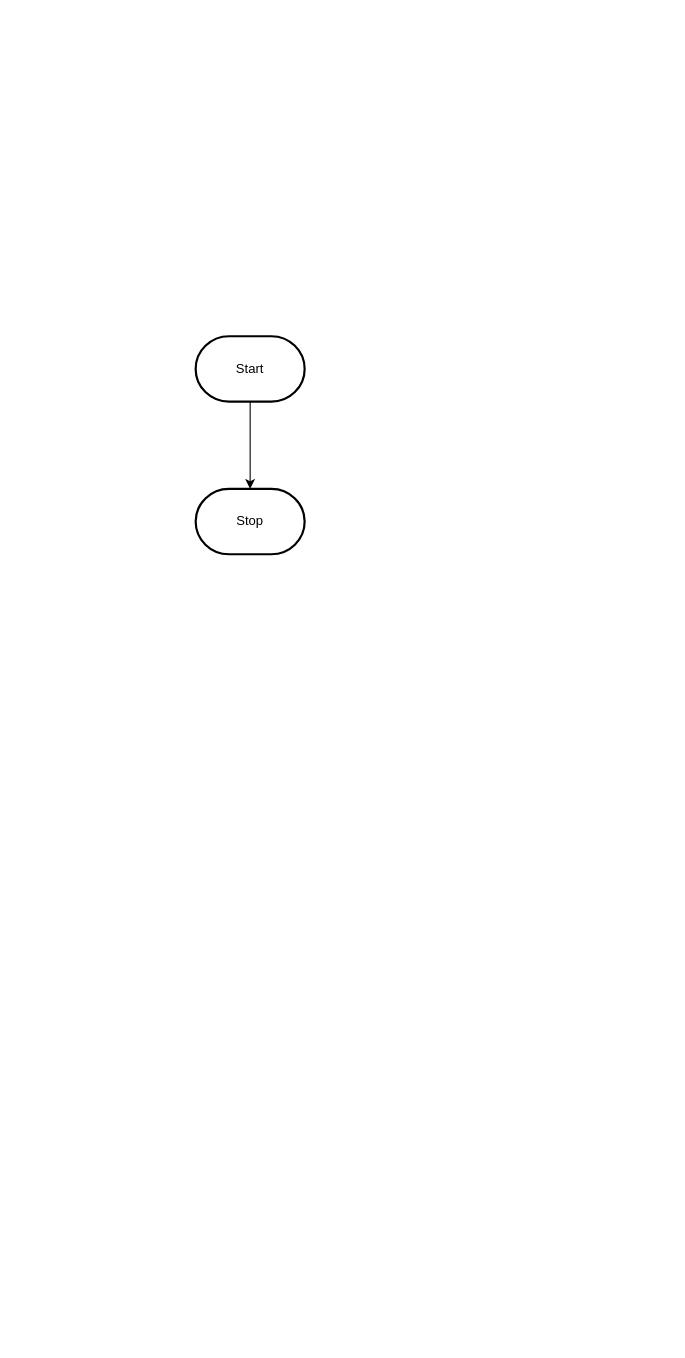
Above: design/flowchart.drawio in MTHS-ICD2O-1-2023/ICD2O-Unit-5-05-hai-tran-2 (draw.io), before the change. Source tidied: cells renumbered, new cells numbered last; positions are measured from the earlier drawing's top-left corner, leaving out a move shared by most shapes. Both pictures are drawn from the tidied source at 109%, with x=0, y=0 at pixel (195, 336).
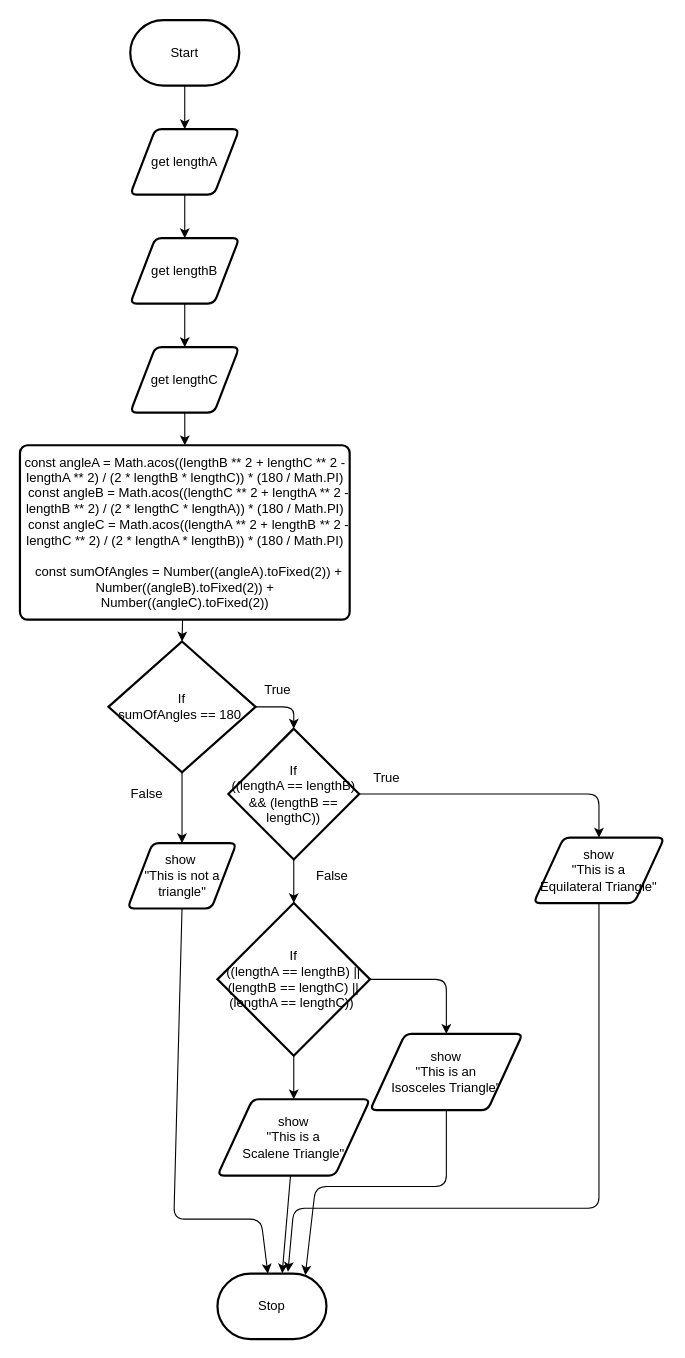
The same diagram, later.

Commit message (it also covers changes not shown here):
add flowchart and storyboard

Diff of the diagram source:
```diff
@@
-    <mxCell id="2" style="edgeStyle=orthogonalEdgeStyle;html=1;rounded=0;" parent="1" edge="1" source="3" target="4">
-      <mxGeometry relative="1" as="geometry" />
-    </mxCell>
+    <mxCell id="5" style="edgeStyle=none;html=1;entryX=0.5;entryY=0;entryDx=0;entryDy=0;fontSize=12;" parent="1" edge="1" source="3" target="2">
+      <mxGeometry relative="1" as="geometry" />
+    </mxCell>
-    <mxCell id="3" value="Start" style="strokeWidth=2;html=1;shape=mxgraph.flowchart.terminator;whiteSpace=wrap;" parent="1" vertex="1">
-      <mxGeometry width="100" height="60" as="geometry" />
+    <mxCell id="3" value="Start" style="strokeWidth=2;html=1;shape=mxgraph.flowchart.terminator;whiteSpace=wrap;fontSize=12;" parent="1" vertex="1">
+      <mxGeometry x="-60" y="-290" width="100" height="60" as="geometry" />
     </mxCell>
-    <mxCell id="4" value="Stop" style="strokeWidth=2;html=1;shape=mxgraph.flowchart.terminator;whiteSpace=wrap;" parent="1" vertex="1">
-      <mxGeometry y="140" width="100" height="60" as="geometry" />
+    <mxCell id="4" value="Stop" style="strokeWidth=2;html=1;shape=mxgraph.flowchart.terminator;whiteSpace=wrap;fontSize=12;" parent="1" vertex="1">
+      <mxGeometry x="20" y="860" width="100" height="60" as="geometry" />
     </mxCell>
+    <mxCell id="6" style="edgeStyle=none;html=1;fontSize=12;" parent="1" edge="1" source="2" target="8">
+      <mxGeometry relative="1" as="geometry" />
+    </mxCell>
+    <mxCell id="2" value="get lengthA" style="shape=parallelogram;html=1;strokeWidth=2;perimeter=parallelogramPerimeter;whiteSpace=wrap;rounded=1;arcSize=12;size=0.23;fontSize=12;" parent="1" vertex="1">
+      <mxGeometry x="-60" y="-190" width="100" height="60" as="geometry" />
+    </mxCell>
+    <mxCell id="7" style="edgeStyle=none;html=1;fontSize=12;" parent="1" edge="1" source="8" target="10">
+      <mxGeometry relative="1" as="geometry" />
+    </mxCell>
+    <mxCell id="8" value="get lengthB" style="shape=parallelogram;html=1;strokeWidth=2;perimeter=parallelogramPerimeter;whiteSpace=wrap;rounded=1;arcSize=12;size=0.23;fontSize=12;" parent="1" vertex="1">
+      <mxGeometry x="-60" y="-90" width="100" height="60" as="geometry" />
+    </mxCell>
+    <mxCell id="9" style="edgeStyle=none;html=1;entryX=0.5;entryY=0;entryDx=0;entryDy=0;fontSize=12;" parent="1" edge="1" source="10" target="12">
+      <mxGeometry relative="1" as="geometry" />
+    </mxCell>
+    <mxCell id="10" value="get lengthC" style="shape=parallelogram;html=1;strokeWidth=2;perimeter=parallelogramPerimeter;whiteSpace=wrap;rounded=1;arcSize=12;size=0.23;fontSize=12;" parent="1" vertex="1">
+      <mxGeometry x="-60" y="10" width="100" height="60" as="geometry" />
+    </mxCell>
+    <mxCell id="11" style="edgeStyle=none;html=1;entryX=0.5;entryY=0;entryDx=0;entryDy=0;entryPerimeter=0;fontSize=12;" parent="1" edge="1" source="12" target="15">
+      <mxGeometry relative="1" as="geometry" />
+    </mxCell>
+    <mxCell id="12" value="&lt;div style=&quot;font-size: 12px;&quot;&gt;const angleA = Math.acos((lengthB ** 2 + lengthC ** 2 - lengthA ** 2) / (2 * lengthB * lengthC)) * (180 / Math.PI)&lt;/div&gt;&lt;div style=&quot;font-size: 12px;&quot;&gt;&amp;nbsp; const angleB = Math.acos((lengthC ** 2 + lengthA ** 2 - lengthB ** 2) / (2 * lengthC * lengthA)) * (180 / Math.PI)&lt;/div&gt;&lt;div style=&quot;font-size: 12px;&quot;&gt;&amp;nbsp; const angleC = Math.acos((lengthA ** 2 + lengthB ** 2 - lengthC ** 2) / (2 * lengthA * lengthB)) * (180 / Math.PI)&lt;/div&gt;&lt;div style=&quot;font-size: 12px;&quot;&gt;&lt;br style=&quot;font-size: 12px;&quot;&gt;&lt;/div&gt;&lt;div style=&quot;font-size: 12px;&quot;&gt;&amp;nbsp; const sumOfAngles = Number((angleA).toFixed(2)) + Number((angleB).toFixed(2)) + Number((angleC).toFixed(2))&lt;/div&gt;" style="rounded=1;whiteSpace=wrap;html=1;absoluteArcSize=1;arcSize=14;strokeWidth=2;fontSize=12;" parent="1" vertex="1">
+      <mxGeometry x="-161.2" y="100" width="302.5" height="160" as="geometry" />
+    </mxCell>
+    <mxCell id="13" style="edgeStyle=none;html=1;entryX=0.5;entryY=0;entryDx=0;entryDy=0;entryPerimeter=0;fontSize=12;" parent="1" edge="1" source="15" target="18">
+      <mxGeometry relative="1" as="geometry">
+        <Array as="points">
+          <mxPoint x="90" y="340" />
+        </Array>
+      </mxGeometry>
+    </mxCell>
+    <mxCell id="14" style="edgeStyle=none;html=1;entryX=0.5;entryY=0;entryDx=0;entryDy=0;fontSize=12;" parent="1" edge="1" source="15" target="21">
+      <mxGeometry relative="1" as="geometry" />
+    </mxCell>
+    <mxCell id="15" value="If&lt;br style=&quot;font-size: 12px;&quot;&gt;sumOfAngles == 180&amp;nbsp;" style="strokeWidth=2;html=1;shape=mxgraph.flowchart.decision;whiteSpace=wrap;fontSize=12;" parent="1" vertex="1">
+      <mxGeometry x="-80" y="280" width="135" height="120" as="geometry" />
+    </mxCell>
+    <mxCell id="16" style="edgeStyle=none;html=1;entryX=0.5;entryY=0;entryDx=0;entryDy=0;entryPerimeter=0;fontSize=12;" parent="1" edge="1" source="18" target="25">
+      <mxGeometry relative="1" as="geometry" />
+    </mxCell>
+    <mxCell id="17" style="edgeStyle=none;html=1;entryX=0.5;entryY=0;entryDx=0;entryDy=0;fontSize=12;" parent="1" edge="1" source="18" target="28">
+      <mxGeometry relative="1" as="geometry">
+        <Array as="points">
+          <mxPoint x="370" y="420" />
+        </Array>
+      </mxGeometry>
+    </mxCell>
+    <mxCell id="18" value="If&lt;br style=&quot;font-size: 12px;&quot;&gt;((lengthA == lengthB) &amp;amp;&amp;amp; (lengthB == lengthC))" style="strokeWidth=2;html=1;shape=mxgraph.flowchart.decision;whiteSpace=wrap;fontSize=12;" parent="1" vertex="1">
+      <mxGeometry x="30" y="360" width="120" height="120" as="geometry" />
+    </mxCell>
+    <mxCell id="19" value="True" style="text;html=1;align=center;verticalAlign=middle;strokeColor=none;fillColor=none;fontSize=12;" parent="1" vertex="1">
+      <mxGeometry x="50" y="310" width="50" height="30" as="geometry" />
+    </mxCell>
+    <mxCell id="20" style="edgeStyle=none;html=1;exitX=0.5;exitY=1;exitDx=0;exitDy=0;fontSize=12;" parent="1" edge="1" source="21" target="4">
+      <mxGeometry relative="1" as="geometry">
+        <Array as="points">
+          <mxPoint x="-20" y="810" />
+          <mxPoint x="60" y="810" />
+        </Array>
+      </mxGeometry>
+    </mxCell>
+    <mxCell id="21" value="show&amp;nbsp;&lt;br style=&quot;font-size: 12px;&quot;&gt;&quot;This is not a&lt;br style=&quot;font-size: 12px;&quot;&gt;triangle&quot;" style="shape=parallelogram;html=1;strokeWidth=2;perimeter=parallelogramPerimeter;whiteSpace=wrap;rounded=1;arcSize=12;size=0.23;fontSize=12;" parent="1" vertex="1">
+      <mxGeometry x="-62.5" y="465" width="100" height="60" as="geometry" />
+    </mxCell>
+    <mxCell id="22" value="False" style="text;html=1;align=center;verticalAlign=middle;strokeColor=none;fillColor=none;fontSize=12;" parent="1" vertex="1">
+      <mxGeometry x="-70" y="405" width="50" height="30" as="geometry" />
+    </mxCell>
+    <mxCell id="23" style="edgeStyle=none;html=1;entryX=0.5;entryY=0;entryDx=0;entryDy=0;fontSize=12;" parent="1" edge="1" source="25" target="31">
+      <mxGeometry relative="1" as="geometry">
+        <Array as="points">
+          <mxPoint x="230" y="590" />
+        </Array>
+      </mxGeometry>
+    </mxCell>
+    <mxCell id="24" style="edgeStyle=none;html=1;entryX=0.5;entryY=0;entryDx=0;entryDy=0;fontSize=12;" parent="1" edge="1" source="25" target="33">
+      <mxGeometry relative="1" as="geometry" />
+    </mxCell>
+    <mxCell id="25" value="If&lt;br style=&quot;font-size: 12px;&quot;&gt;((lengthA == lengthB) || (lengthB == lengthC) || (lengthA == lengthC))&amp;nbsp;" style="strokeWidth=2;html=1;shape=mxgraph.flowchart.decision;whiteSpace=wrap;fontSize=12;" parent="1" vertex="1">
+      <mxGeometry x="20" y="520" width="140" height="140" as="geometry" />
+    </mxCell>
+    <mxCell id="26" value="False" style="text;html=1;align=center;verticalAlign=middle;strokeColor=none;fillColor=none;fontSize=12;" parent="1" vertex="1">
+      <mxGeometry x="100" y="480" width="50" height="30" as="geometry" />
+    </mxCell>
+    <mxCell id="27" style="edgeStyle=none;html=1;entryX=0.647;entryY=-0.029;entryDx=0;entryDy=0;entryPerimeter=0;fontSize=10;" parent="1" edge="1" source="28" target="4">
+      <mxGeometry relative="1" as="geometry">
+        <Array as="points">
+          <mxPoint x="370" y="800" />
+          <mxPoint x="90" y="800" />
+        </Array>
+      </mxGeometry>
+    </mxCell>
+    <mxCell id="28" value="show&lt;br style=&quot;font-size: 12px;&quot;&gt;&quot;This is a &lt;br style=&quot;font-size: 12px;&quot;&gt;Equilateral Triangle&quot;" style="shape=parallelogram;html=1;strokeWidth=2;perimeter=parallelogramPerimeter;whiteSpace=wrap;rounded=1;arcSize=12;size=0.23;fontSize=12;" parent="1" vertex="1">
+      <mxGeometry x="310" y="460" width="120" height="60" as="geometry" />
+    </mxCell>
+    <mxCell id="29" value="True" style="text;html=1;align=center;verticalAlign=middle;strokeColor=none;fillColor=none;fontSize=12;" parent="1" vertex="1">
+      <mxGeometry x="150" y="390" width="50" height="30" as="geometry" />
+    </mxCell>
+    <mxCell id="30" style="edgeStyle=none;html=1;entryX=0.806;entryY=0.023;entryDx=0;entryDy=0;entryPerimeter=0;fontSize=12;" parent="1" edge="1" source="31" target="4">
+      <mxGeometry relative="1" as="geometry">
+        <Array as="points">
+          <mxPoint x="230" y="780" />
+          <mxPoint x="110" y="780" />
+        </Array>
+      </mxGeometry>
+    </mxCell>
+    <mxCell id="31" value="show&lt;br style=&quot;font-size: 12px;&quot;&gt;&quot;This is an &lt;br style=&quot;font-size: 12px;&quot;&gt;Isosceles Triangle&quot;" style="shape=parallelogram;html=1;strokeWidth=2;perimeter=parallelogramPerimeter;whiteSpace=wrap;rounded=1;arcSize=12;size=0.23;fontSize=12;" parent="1" vertex="1">
+      <mxGeometry x="160" y="640" width="140" height="70" as="geometry" />
+    </mxCell>
+    <mxCell id="32" style="edgeStyle=none;html=1;entryX=0.594;entryY=-0.005;entryDx=0;entryDy=0;entryPerimeter=0;fontSize=12;" parent="1" edge="1" source="33" target="4">
+      <mxGeometry relative="1" as="geometry" />
+    </mxCell>
+    <mxCell id="33" value="show&lt;br style=&quot;font-size: 12px;&quot;&gt;&quot;This is a &lt;br style=&quot;font-size: 12px;&quot;&gt;Scalene Triangle&quot;" style="shape=parallelogram;html=1;strokeWidth=2;perimeter=parallelogramPerimeter;whiteSpace=wrap;rounded=1;arcSize=12;size=0.23;fontSize=12;" parent="1" vertex="1">
+      <mxGeometry x="20" y="700" width="140" height="70" as="geometry" />
+    </mxCell>
```
